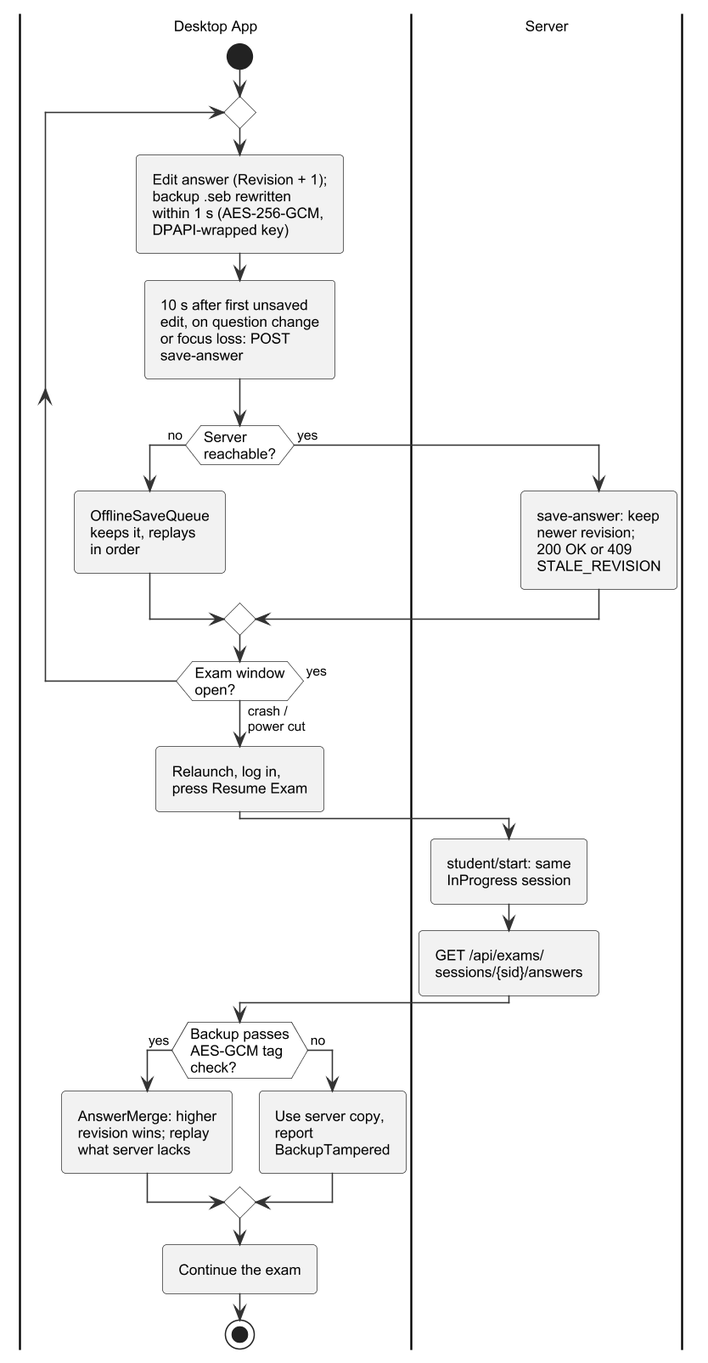
Above: important docs/fyp_doc_3chatp/Figures/activity_recovery.png in Haiderali27-hub/AI-Lab-Monitoring- (PlantUML), before the change.
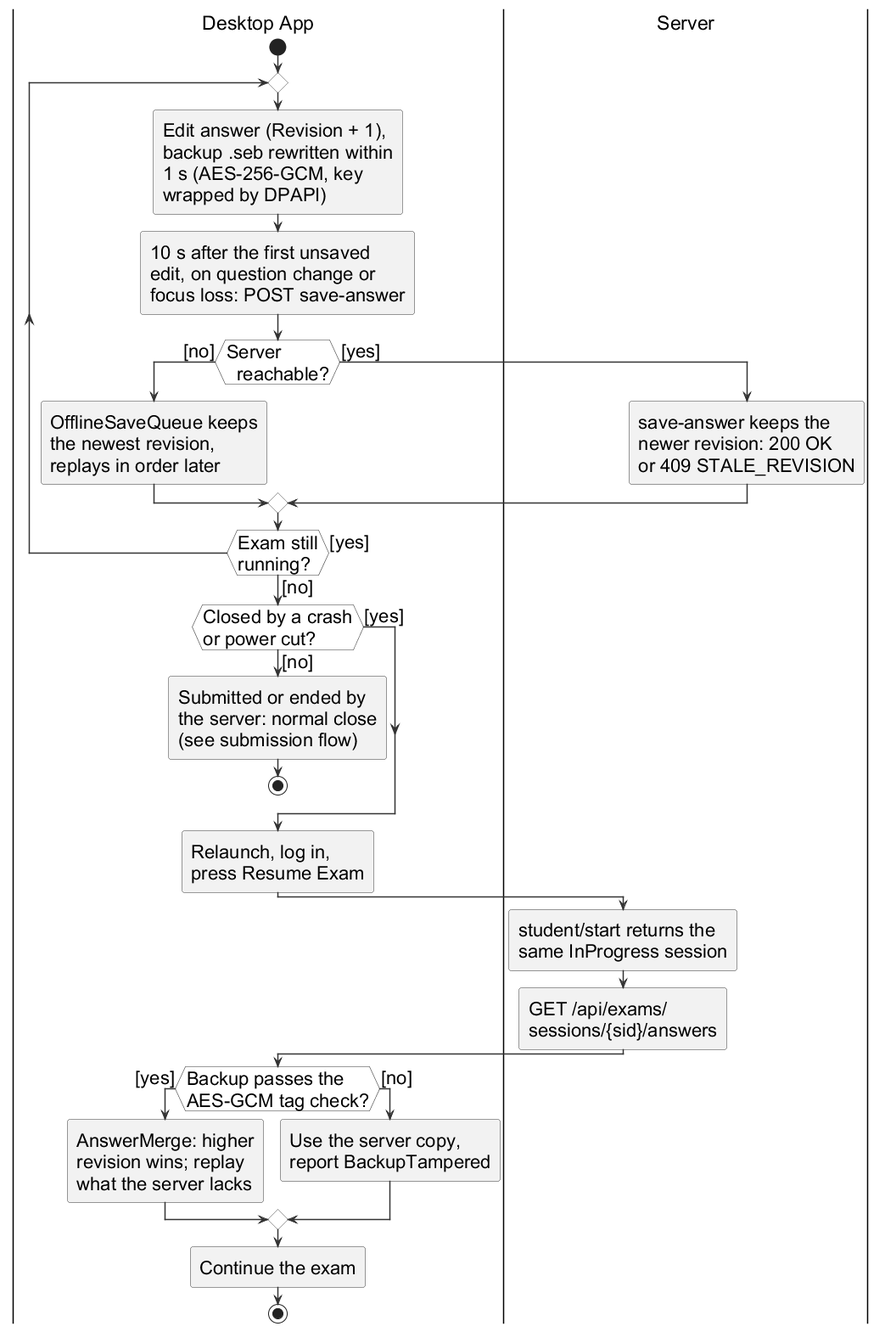
The same diagram one commit later.

The edit, as a diff of the source:
```diff
@@ -1,28 +1,60 @@
 @startuml
 !include style.iuml
+skinparam dpi 96
+skinparam defaultFontSize 22
+skinparam ArrowFontSize 22
+skinparam ArrowThickness 1.5
+skinparam padding 1
+skinparam swimlane {
+  TitleFontSize 23
+}
 
 |Desktop App|
 start
 repeat
-  :Edit answer (Revision + 1);\nbackup .seb rewritten\nwithin 1 s (AES-256-GCM,\nDPAPI-wrapped key);
-  :10 s after first unsaved\nedit, on question change\nor focus loss: POST\nsave-answer;
-  if (Server\nreachable?) then (no)
-    :OfflineSaveQueue\nkeeps it, replays\nin order;
-  else (yes)
+  :Edit answer (Revision + 1),
+  backup .seb rewritten within
+  1 s (AES-256-GCM, key
+  wrapped by DPAPI);
+  :10 s after the first unsaved
+  edit, on question change or
+  focus loss: POST save-answer;
+  if (Server
+  reachable?) then ([no])
+    :OfflineSaveQueue keeps
+    the newest revision,
+    replays in order later;
+  else ([yes])
     |Server|
-    :save-answer: keep\nnewer revision;\n200 OK or 409\nSTALE_REVISION;
+    :save-answer keeps the
+    newer revision: 200 OK
+    or 409 STALE_REVISION;
     |Desktop App|
   endif
-repeat while (Exam window\nopen?) is (yes) not (crash /\npower cut)
-:Relaunch, log in,\npress Resume Exam;
+repeat while (Exam still\nrunning?) is ([yes]) not ([no])
+if (Closed by a crash
+or power cut?) then ([no])
+  :Submitted or ended by
+  the server: normal close
+  (see submission flow);
+  stop
+else ([yes])
+endif
+:Relaunch, log in,
+press Resume Exam;
 |Server|
-:student/start: same\nInProgress session;
+:student/start returns the
+same InProgress session;
 :GET /api/exams/\nsessions/{sid}/answers;
 |Desktop App|
-if (Backup passes\nAES-GCM tag\ncheck?) then (yes)
-  :AnswerMerge: higher\nrevision wins; replay\nwhat server lacks;
-else (no)
-  :Use server copy,\nreport\nBackupTampered;
+if (Backup passes the
+AES-GCM tag check?) then ([yes])
+  :AnswerMerge: higher
+  revision wins; replay
+  what the server lacks;
+else ([no])
+  :Use the server copy,
+  report BackupTampered;
 endif
 :Continue the exam;
 stop
```
